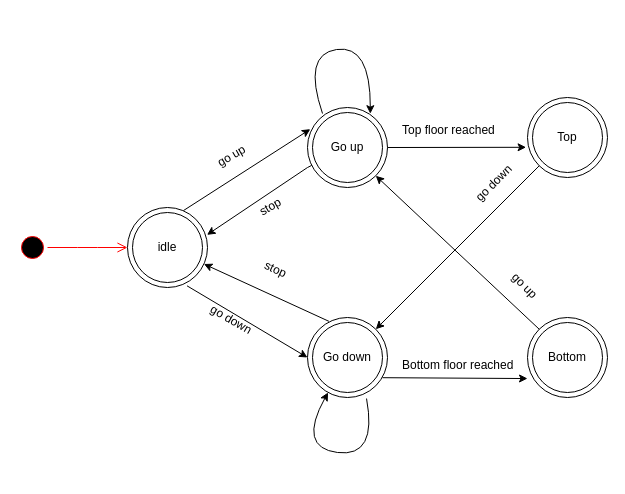
Earlier version of the draw.io diagram Untitled Diagram2.drawio (JohnMugambi/Files). Source tidied: cells renumbered, new cells numbered last; positions are measured from the earlier drawing's top-left corner, leaving out a move shared by most shapes. Both pictures are drawn from the tidied source at 100%, with x=0, y=0 at pixel (17, 44).
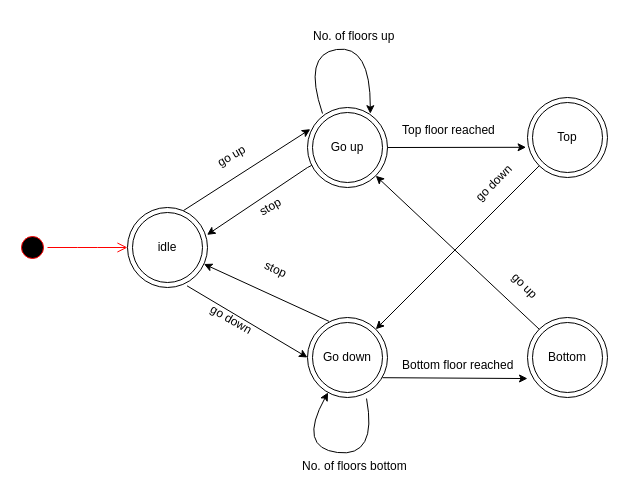
The same diagram, later.

The edit, as a diff of the source:
```diff
@@
+    <mxCell id="32" value="&lt;p&gt;No. of floors up&lt;/p&gt;" style="text;html=1;strokeColor=none;fillColor=none;spacing=5;spacingTop=-20;whiteSpace=wrap;overflow=hidden;rounded=0;" parent="1" vertex="1">
+      <mxGeometry x="291" y="-17" width="139" height="20" as="geometry" />
+    </mxCell>
+    <mxCell id="33" value="&lt;p&gt;No. of floors bottom&lt;br&gt;&lt;/p&gt;" style="text;html=1;strokeColor=none;fillColor=none;spacing=5;spacingTop=-20;whiteSpace=wrap;overflow=hidden;rounded=0;" parent="1" vertex="1">
+      <mxGeometry x="280" y="413" width="139" height="20" as="geometry" />
+    </mxCell>
```
